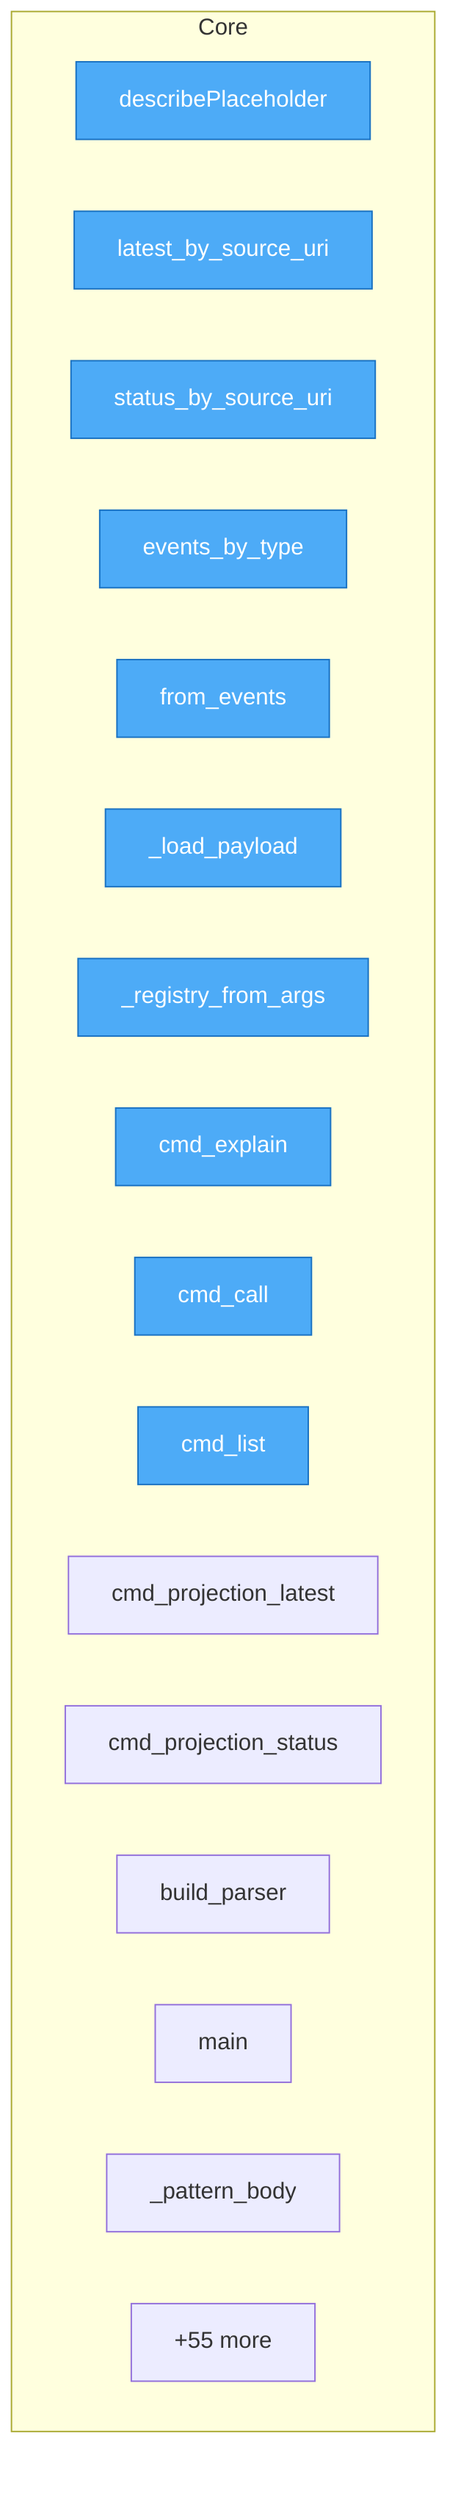
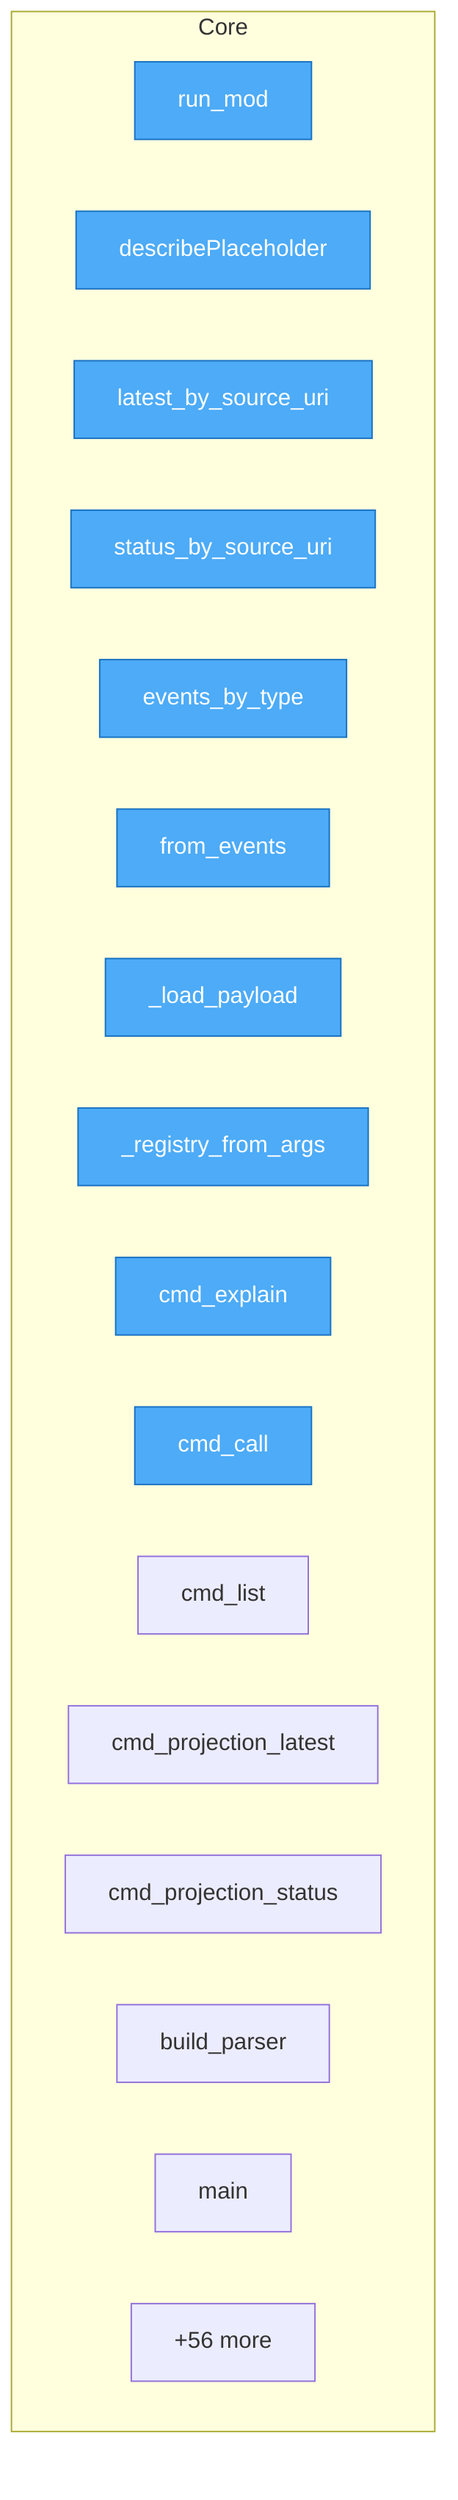
flowchart TD
%% generated in 0.00s

    %% Entry points (blue)
    classDef entry fill:#4dabf7,stroke:#1971c2,color:#fff

    subgraph Core
+         project__run_mod["run_mod"]
        core__php__UriControl__src__UriControl__UriControl__UriControl__describePlaceholder["describePlaceholder"]
        core__python__uri_control__projection__ProjectionBuilder__latest_by_source_uri["latest_by_source_uri"]
        core__python__uri_control__projection__ProjectionBuilder__status_by_source_uri["status_by_source_uri"]
        core__python__uri_control__projection__ProjectionBuilder__events_by_type["events_by_type"]
        core__python__uri_control__projection__ProjectionBuilder__from_events["from_events"]
        core__python__uri_control__cli___load_payload["_load_payload"]
        core__python__uri_control__cli___registry_from_args["_registry_from_args"]
        core__python__uri_control__cli__cmd_explain["cmd_explain"]
        core__python__uri_control__cli__cmd_call["cmd_call"]
        core__python__uri_control__cli__cmd_list["cmd_list"]
        core__python__uri_control__cli__cmd_projection_latest["cmd_projection_latest"]
        core__python__uri_control__cli__cmd_projection_status["cmd_projection_status"]
        core__python__uri_control__cli__build_parser["build_parser"]
        core__python__uri_control__cli__main["main"]
-         core__python__uri_control__registry___pattern_body["_pattern_body"]
-         ...["+55 more"]
+         ...["+56 more"]
    end

-     class core__php__UriControl__src__UriControl__UriControl__UriControl__describePlaceholder,core__python__uri_control__projection__ProjectionBuilder__latest_by_source_uri,core__python__uri_control__projection__ProjectionBuilder__status_by_source_uri,core__python__uri_control__projection__ProjectionBuilder__events_by_type,core__python__uri_control__projection__ProjectionBuilder__from_events,core__python__uri_control__cli___load_payload,core__python__uri_control__cli___registry_from_args,core__python__uri_control__cli__cmd_explain,core__python__uri_control__cli__cmd_call,core__python__uri_control__cli__cmd_list entry
+     class project__run_mod,core__php__UriControl__src__UriControl__UriControl__UriControl__describePlaceholder,core__python__uri_control__projection__ProjectionBuilder__latest_by_source_uri,core__python__uri_control__projection__ProjectionBuilder__status_by_source_uri,core__python__uri_control__projection__ProjectionBuilder__events_by_type,core__python__uri_control__projection__ProjectionBuilder__from_events,core__python__uri_control__cli___load_payload,core__python__uri_control__cli___registry_from_args,core__python__uri_control__cli__cmd_explain,core__python__uri_control__cli__cmd_call entry
